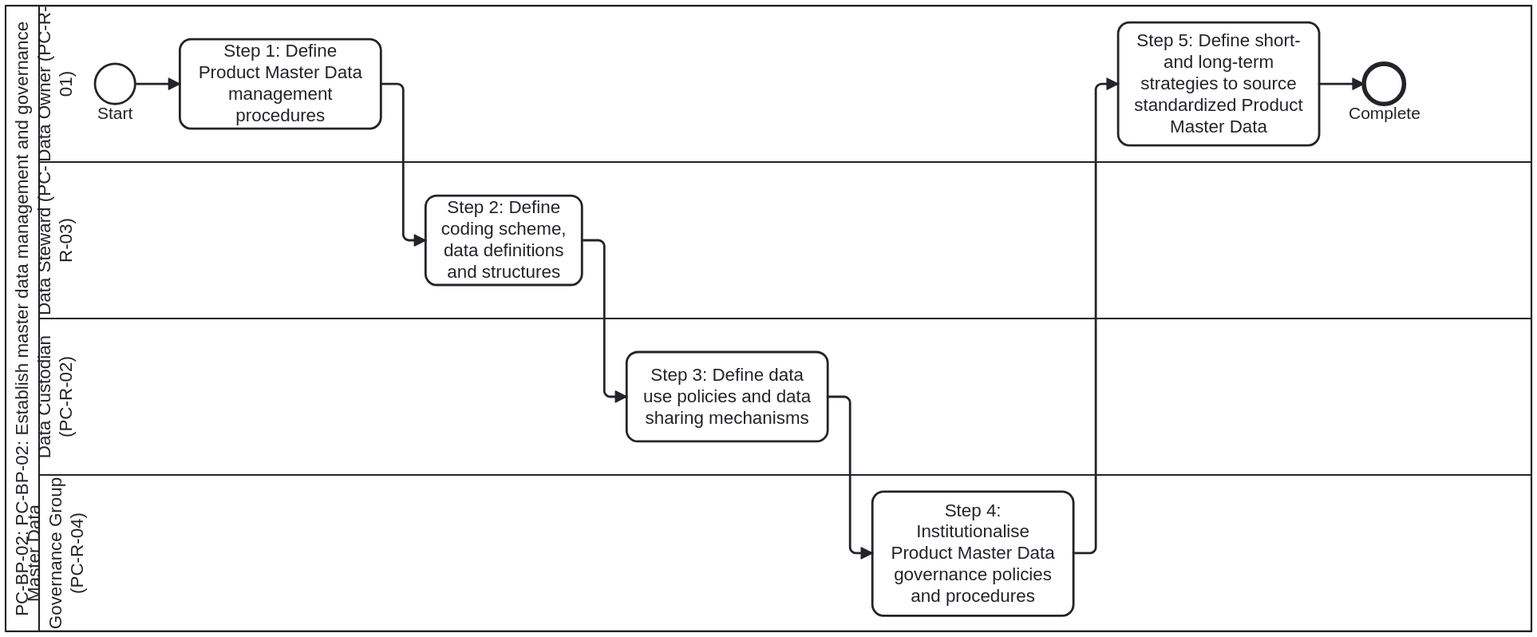
litlfred/dth-pc keeps this BPMN diagram as folio/dth-pc/media/PC-BP-02.svg. Above is the earlier version. Its source is kept beside it as processes/PC-BP-02.bpmn. Ids are renumbered.
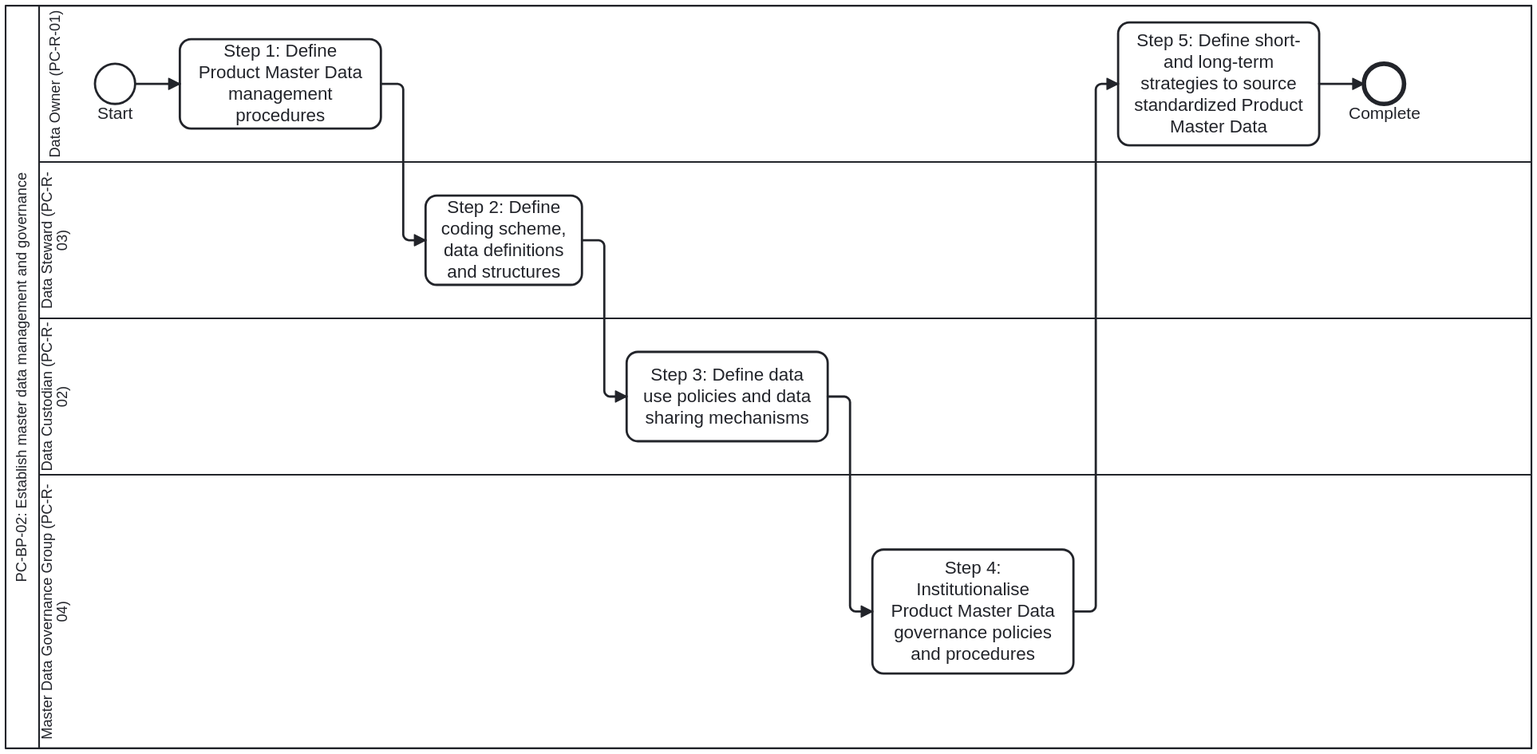
Later version of the same file.

Change to the diagram source:
```diff
@@ -5,7 +5,7 @@
                   id="Definitions_PC_BP_02"
                   targetNamespace="https://litlfred.github.io/dth-pc/bpmn">
   <bpmn:collaboration id="Collaboration_PC_BP_02">
-    <bpmn:participant id="Participant_PC_BP_02" name="PC-BP-02: PC-BP-02: Establish master data management and governance" processRef="Process_PC_BP_02" />
+    <bpmn:participant id="Participant_PC_BP_02" name="PC-BP-02: Establish master data management and governance" processRef="Process_PC_BP_02" />
   </bpmn:collaboration>
   <bpmn:process id="Process_PC_BP_02" name="PC-BP-02: Establish master data management and governance" isExecutable="false">
     <bpmn:documentation>PC-BP-02: PC-BP-02: Establish master data management and governance (Source: who-iris/library/9789240116191-eng, page-025, page-026, page-027, page-028, page-029, page-030, page-031, page-032, page-033).</bpmn:documentation>
@@ -81,7 +81,7 @@
   <bpmndi:BPMNDiagram id="BPMNDiagram_PC_BP_02">
     <bpmndi:BPMNPlane id="BPMNPlane_PC_BP_02" bpmnElement="Collaboration_PC_BP_02">
       <bpmndi:BPMNShape id="Participant_PC_BP_02_di" bpmnElement="Participant_PC_BP_02" isHorizontal="true">
-        <dc:Bounds x="100" y="60" width="1366" height="560" />
+        <dc:Bounds x="100" y="60" width="1366" height="665" />
       </bpmndi:BPMNShape>
       <bpmndi:BPMNShape id="Lane_1_di" bpmnElement="Lane_1" isHorizontal="true">
         <dc:Bounds x="130" y="60" width="1336" height="140" />
@@ -93,7 +93,7 @@
         <dc:Bounds x="130" y="340" width="1336" height="140" />
       </bpmndi:BPMNShape>
       <bpmndi:BPMNShape id="Lane_4_di" bpmnElement="Lane_4" isHorizontal="true">
-        <dc:Bounds x="130" y="480" width="1336" height="140" />
+        <dc:Bounds x="130" y="480" width="1336" height="245" />
       </bpmndi:BPMNShape>
       <bpmndi:BPMNShape id="StartEvent_1_di" bpmnElement="StartEvent_1">
         <dc:Bounds x="180" y="112" width="36" height="36" />
@@ -108,7 +108,7 @@
         <dc:Bounds x="656" y="370" width="180" height="80" />
       </bpmndi:BPMNShape>
       <bpmndi:BPMNShape id="Task_4_di" bpmnElement="Task_4">
-        <dc:Bounds x="876" y="494.5" width="180" height="111" />
+        <dc:Bounds x="876" y="547" width="180" height="111" />
       </bpmndi:BPMNShape>
       <bpmndi:BPMNShape id="Task_5_di" bpmnElement="Task_5">
         <dc:Bounds x="1096" y="75" width="180" height="110" />
@@ -135,12 +135,12 @@
       <bpmndi:BPMNEdge id="Flow_3_di" bpmnElement="Flow_3">
         <di:waypoint x="836" y="410" />
         <di:waypoint x="856" y="410" />
-        <di:waypoint x="856" y="550" />
-        <di:waypoint x="876" y="550" />
+        <di:waypoint x="856" y="602.5" />
+        <di:waypoint x="876" y="602.5" />
       </bpmndi:BPMNEdge>
       <bpmndi:BPMNEdge id="Flow_4_di" bpmnElement="Flow_4">
-        <di:waypoint x="1056" y="550" />
-        <di:waypoint x="1076" y="550" />
+        <di:waypoint x="1056" y="602.5" />
+        <di:waypoint x="1076" y="602.5" />
         <di:waypoint x="1076" y="130" />
         <di:waypoint x="1096" y="130" />
       </bpmndi:BPMNEdge>
```
